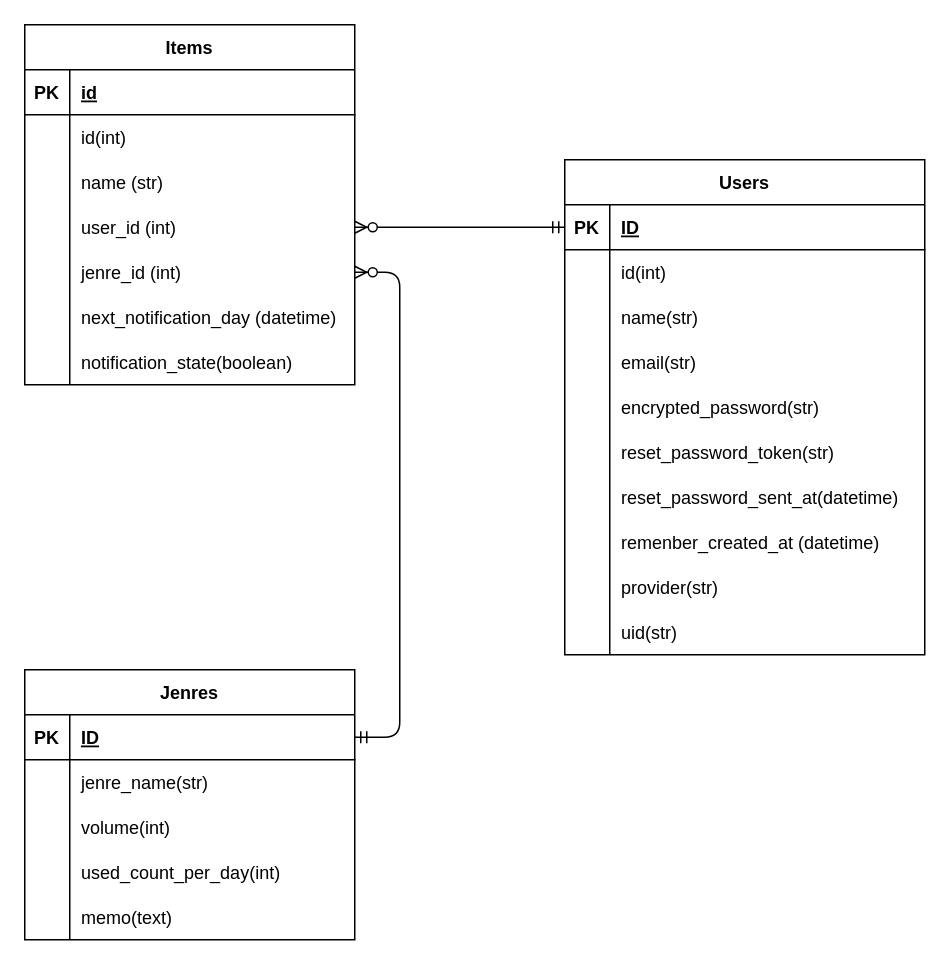
Above: ER_diagram.dio in nakajima-takeshi/stockmate (draw.io), before the change. Source tidied: cells renumbered, new cells numbered last; positions are measured from the earlier drawing's top-left corner, leaving out a move shared by most shapes. Both pictures are drawn from the tidied source at 150%, with x=0, y=0 at pixel (24, 24).
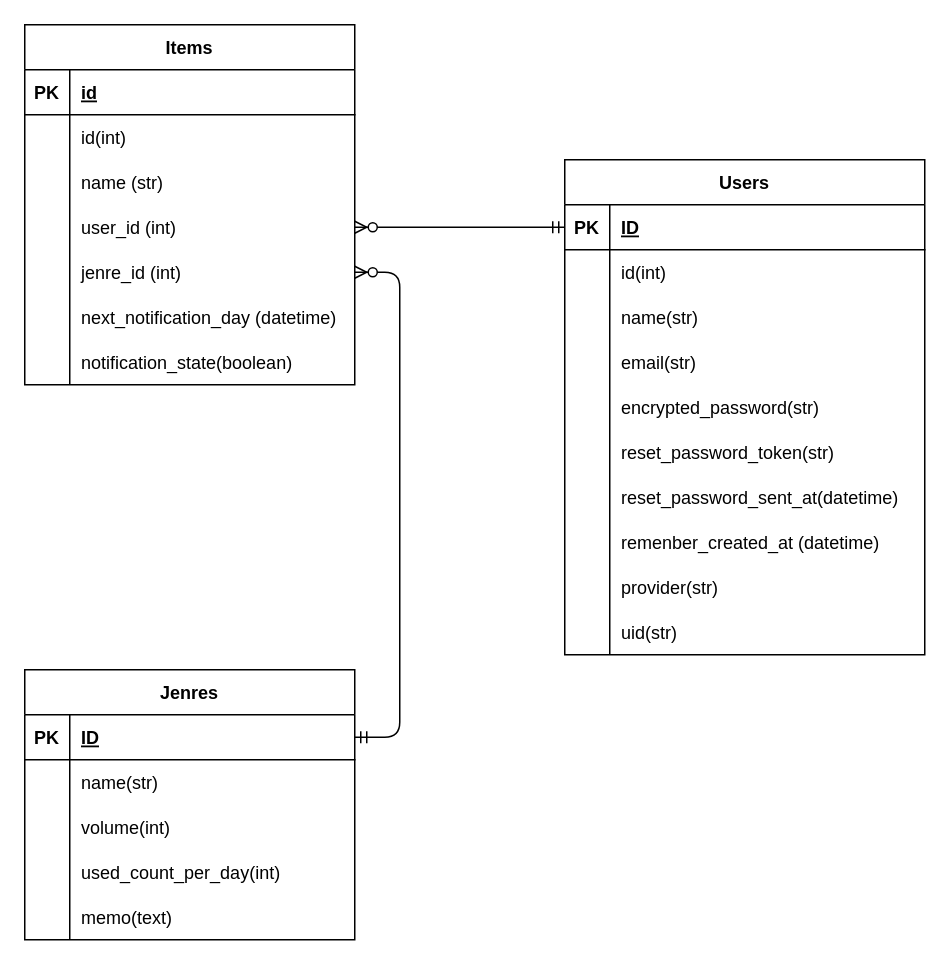
Above is the later version.

Commit message:
Jenresテーブルを修正しました

Unchanged cells that the change refers to:
```xml
<mxCell id="37" style="shape=tableRow;horizontal=0;startSize=0;swimlaneHead=0;swimlaneBody=0;fillColor=none;top=0;left=0;right=0;bottom=0;" parent="33" vertex="1">
  <mxGeometry y="60" width="220" height="30" as="geometry" />
</mxCell>
```

The edit, as a diff of the source:
```diff
@@
-    <mxCell id="39" value="jenre_name(str)" style="shape=partialRectangle;fillColor=none;top=0;left=0;bottom=0;right=0;align=left;spacingLeft=6;overflow=hidden;" parent="37" vertex="1">
+    <mxCell id="39" value="name(str)" style="shape=partialRectangle;fillColor=none;top=0;left=0;bottom=0;right=0;align=left;spacingLeft=6;overflow=hidden;" parent="37" vertex="1">
       <mxGeometry x="30" width="190" height="30" as="geometry" />
     </mxCell>
```
